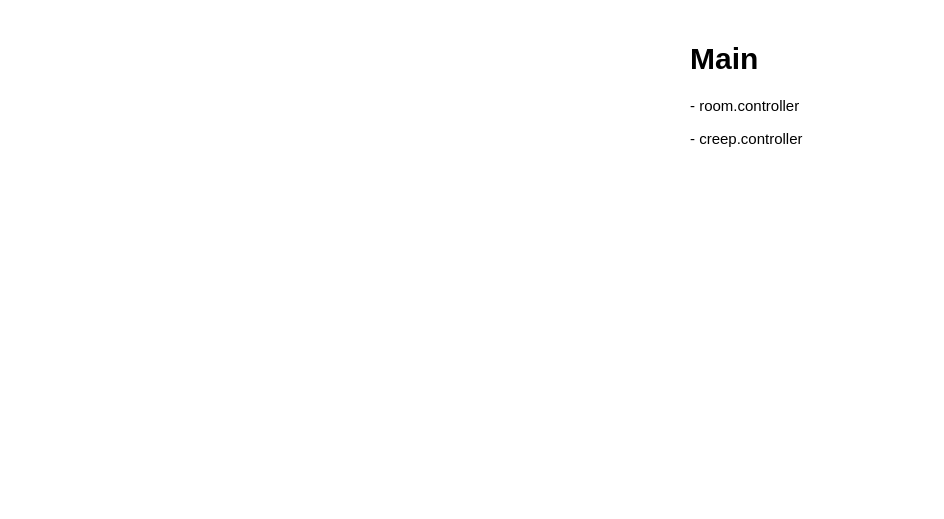
The draw.io diagram Диаграмма без названия.drawio in kotyara67/TBAbot_OUTDATED, before the edit. Source tidied: cells renumbered, new cells numbered last; positions are measured from the earlier drawing's top-left corner, leaving out a move shared by most shapes. Both pictures are drawn from the tidied source at 125%, with x=0, y=0 at pixel (684, 34).
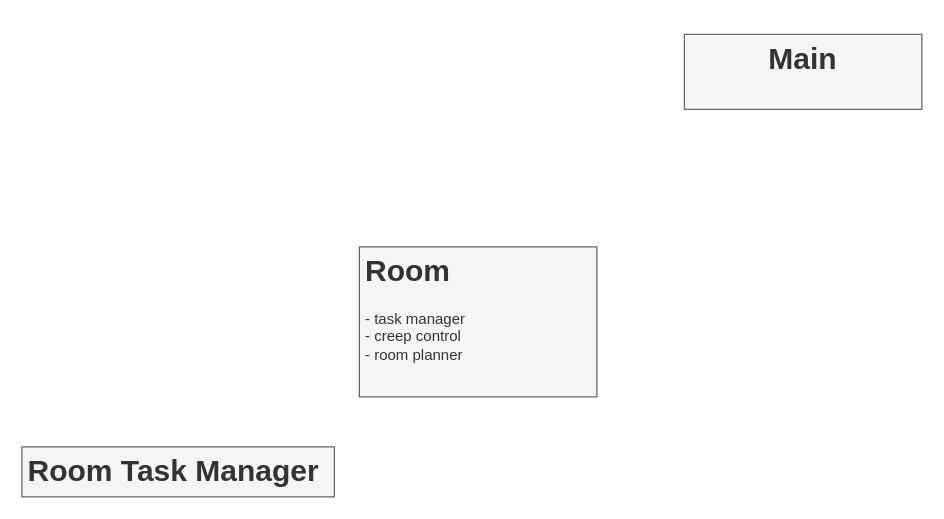
The same page after the edit.

Change to the diagram source:
```diff
@@
 <mxGraphModel>
   <root>
     <mxCell id="0" />
     <mxCell id="1" parent="0" />
-    <mxCell id="2" value="&lt;h1&gt;Main&lt;/h1&gt;&lt;p&gt;- room.controller&lt;/p&gt;&lt;p&gt;- creep.controller&lt;/p&gt;&lt;p&gt;&lt;br&gt;&lt;/p&gt;" style="text;html=1;strokeColor=none;fillColor=none;spacing=5;spacingTop=-20;whiteSpace=wrap;overflow=hidden;rounded=0;" parent="1" vertex="1">
-      <mxGeometry width="190" height="120" as="geometry" />
+    <mxCell id="2" value="&lt;h1&gt;Main&lt;/h1&gt;" style="text;html=1;spacing=5;spacingTop=-20;whiteSpace=wrap;overflow=hidden;rounded=0;fillColor=#f5f5f5;fontColor=#333333;strokeColor=#666666;align=center;" parent="1" vertex="1">
+      <mxGeometry width="190" height="60" as="geometry" />
     </mxCell>
+    <mxCell id="3" value="&lt;h1&gt;Room&lt;/h1&gt;&lt;div&gt;- task manager&lt;/div&gt;&lt;div&gt;- creep control&lt;/div&gt;&lt;div&gt;- room planner&lt;/div&gt;" style="text;html=1;strokeColor=#666666;fillColor=#f5f5f5;spacing=5;spacingTop=-20;whiteSpace=wrap;overflow=hidden;rounded=0;fontColor=#333333;" parent="1" vertex="1">
+      <mxGeometry x="-260" y="170" width="190" height="120" as="geometry" />
+    </mxCell>
+    <mxCell id="4" value="&lt;h1&gt;Room Task Manager&lt;/h1&gt;" style="text;html=1;strokeColor=#666666;fillColor=#f5f5f5;spacing=5;spacingTop=-20;whiteSpace=wrap;overflow=hidden;rounded=0;fontColor=#333333;" parent="1" vertex="1">
+      <mxGeometry x="-530" y="330" width="250" height="40" as="geometry" />
+    </mxCell>
   </root>
 </mxGraphModel>
```
